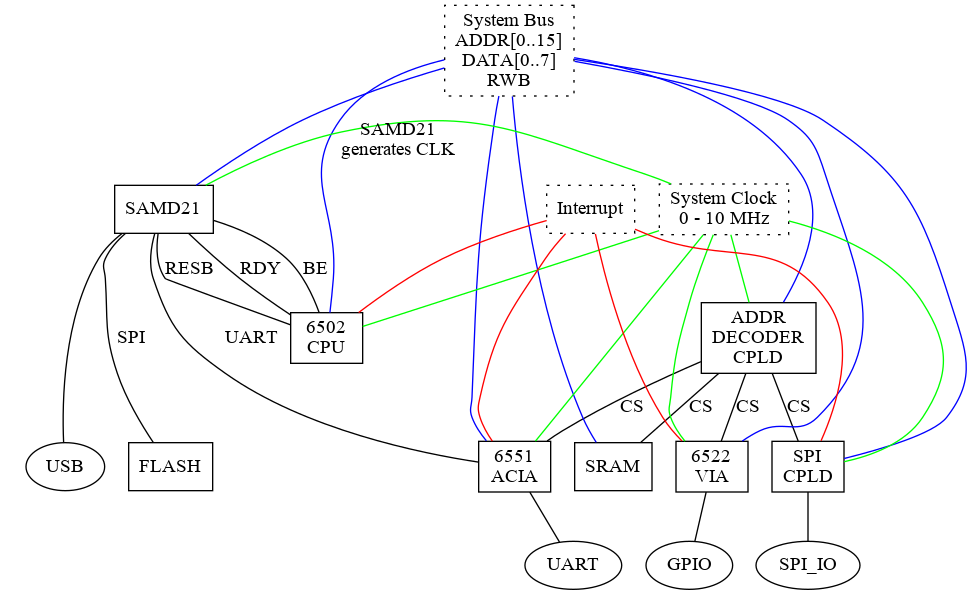
Earlier version of the Graphviz export docs/block.png (pda/pda6502v2). Its source is kept beside it as docs/block.dot. Its diagram source:
```dot
graph block {

  node [shape = box];

  6502 [label = "6502\nCPU"];
  6522 [label = "6522\nVIA"];
  6551 [label = "6551\nACIA"];
  ADEC [label = "ADDR\nDECODER\nCPLD"];
  SPI  [label = "SPI\nCPLD"];

  {
    node [style = dotted];
    BUS [label = "System Bus\nADDR[0..15]\nDATA[0..7]\nRWB"];
    CLK [label = "System Clock\n0 - 10 MHz"];
    IRQ [label = "Interrupt"];
  }

  subgraph cluster_c {
    style = invisible
    SRAM;
    6522;
    6551;
    SPI;
  }

  subgraph cluster_d {
    style = invisible
    SAMD21;
    FLASH;
    USB [shape = oval];
  }

  subgraph cluster_e {
    style = invisible;
    node [shape = oval];
    GPIO;
    UART;
    SPI_IO;
  }

  {
    6522 -- GPIO;
    6551 -- UART;
    SPI  -- SPI_IO;
    SAMD21 -- USB;
  }

  {
    edge [color = blue];
    BUS -- 6502;
    BUS -- 6522;
    BUS -- 6551;
    BUS -- ADEC;
    BUS -- SAMD21;
    BUS -- SPI;
    BUS -- SRAM;
  }

  {
    edge [color = green];
    SAMD21 -- CLK [label = "SAMD21\ngenerates CLK"];
    CLK -- 6502;
    CLK -- 6522;
    CLK -- 6551;
    CLK -- SPI;
    CLK -- ADEC;
  }

  {
    edge [color = red];
    IRQ -- 6502
    IRQ -- 6522
    IRQ -- 6551
    IRQ -- SPI
  }

  ADEC -- SRAM [label = CS];
  ADEC -- 6522 [label = CS];
  ADEC -- 6551 [label = CS];
  ADEC -- SPI  [label = CS];

  SAMD21 -- 6502 [label = BE];
  SAMD21 -- 6502 [label = RESB];
  SAMD21 -- 6502 [label = RDY];

  SAMD21 -- FLASH [label = SPI];
  SAMD21 -- 6551 [label = UART];


}
```
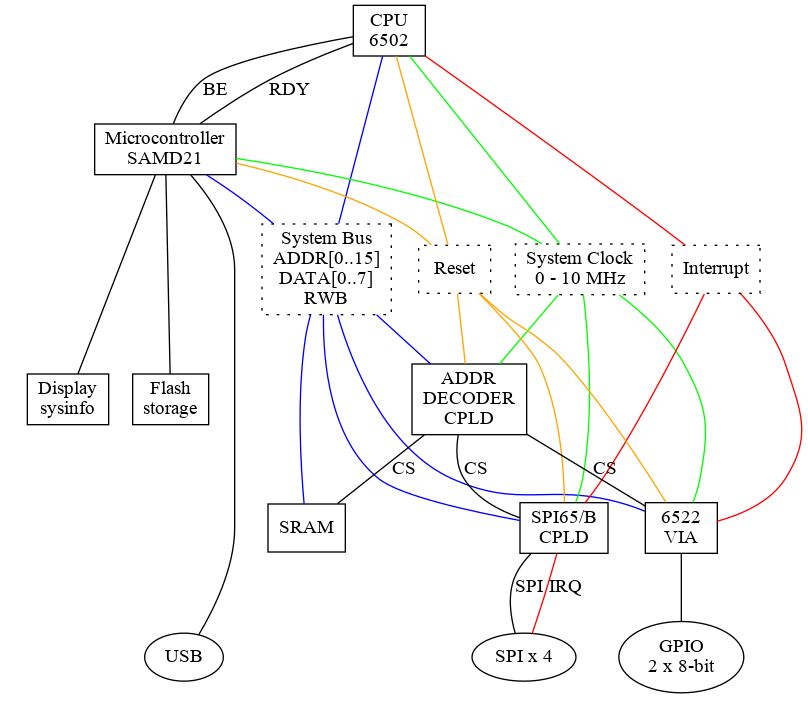
The same diagram one commit later.

Commit message:
docs: block diagram (dot->png) updates.

Change to the diagram source:
```diff
@@ -1,90 +1,91 @@
 graph block {
-
   node [shape = box];
 
-  6502 [label = "6502\nCPU"];
-  6522 [label = "6522\nVIA"];
-  6551 [label = "6551\nACIA"];
-  ADEC [label = "ADDR\nDECODER\nCPLD"];
-  SPI  [label = "SPI\nCPLD"];
+  6502 [label = "CPU\n6502"];
+
+  subgraph cluster_a {
+    style = invisible;
+    SAMD21 [label = "Microcontroller\nSAMD21"];
+    FLASH [label = "Flash\nstorage"];
+    DISPLAY [label = "Display\nsysinfo"];
+    USB [shape = oval];
+    SAMD21 -- FLASH;
+    SAMD21 -- DISPLAY;
+    FLASH -- USB [style = invisible]; // push USB down
+  }
 
   {
+    rank = same;
     node [style = dotted];
     BUS [label = "System Bus\nADDR[0..15]\nDATA[0..7]\nRWB"];
     CLK [label = "System Clock\n0 - 10 MHz"];
     IRQ [label = "Interrupt"];
+    RESET [label = "Reset"];
   }
 
-  subgraph cluster_c {
-    style = invisible
+  ADEC [label = "ADDR\nDECODER\nCPLD"];
+
+  {
+    rank = same;
     SRAM;
-    6522;
-    6551;
-    SPI;
-  }
-
-  subgraph cluster_d {
-    style = invisible
-    SAMD21;
-    FLASH;
-    USB [shape = oval];
-  }
-
-  subgraph cluster_e {
-    style = invisible;
-    node [shape = oval];
-    GPIO;
-    UART;
-    SPI_IO;
+		VIA [label = "6522\nVIA"];
+		SPI [label = "SPI65/B\nCPLD"];
   }
 
   {
-    6522 -- GPIO;
-    6551 -- UART;
-    SPI  -- SPI_IO;
+    rank = same;
+    node [shape = oval];
+    GPIO [label = "GPIO\n2 x 8-bit"];
+    SPI_PORT [label = "SPI x 4"];
+  }
+
+  ADEC -- SRAM [label = CS];
+  ADEC -- VIA [label = CS];
+  ADEC -- SPI [label = CS];
+
+  6502 -- SAMD21 [label = BE];
+  6502 -- SAMD21 [label = RDY];
+
+  {
+    VIA -- GPIO;
+    SPI -- SPI_PORT [label = "SPI";];
+    SPI_PORT -- SPI [label = "IRQ"; color = red;];
     SAMD21 -- USB;
   }
 
   {
     edge [color = blue];
-    BUS -- 6502;
-    BUS -- 6522;
-    BUS -- 6551;
+    6502 -- BUS;
+    SAMD21 -- BUS;
     BUS -- ADEC;
-    BUS -- SAMD21;
     BUS -- SPI;
     BUS -- SRAM;
+    BUS -- VIA;
   }
 
   {
     edge [color = green];
-    SAMD21 -- CLK [label = "SAMD21\ngenerates CLK"];
+    SAMD21 -- CLK;
     CLK -- 6502;
-    CLK -- 6522;
-    CLK -- 6551;
+    CLK -- VIA;
     CLK -- SPI;
     CLK -- ADEC;
   }
 
   {
-    edge [color = red];
-    IRQ -- 6502
-    IRQ -- 6522
-    IRQ -- 6551
-    IRQ -- SPI
+    edge [color = orange];
+    SAMD21 -- RESET;
+    RESET -- 6502;
+    RESET -- SPI;
+    RESET -- VIA;
+    RESET -- ADEC;
   }
 
-  ADEC -- SRAM [label = CS];
-  ADEC -- 6522 [label = CS];
-  ADEC -- 6551 [label = CS];
-  ADEC -- SPI  [label = CS];
-
-  SAMD21 -- 6502 [label = BE];
-  SAMD21 -- 6502 [label = RESB];
-  SAMD21 -- 6502 [label = RDY];
-
-  SAMD21 -- FLASH [label = SPI];
-  SAMD21 -- 6551 [label = UART];
-
+  {
+    edge [color = red];
+    6502 -- IRQ;
+    IRQ -- VIA;
+    IRQ -- SPI;
+  }
 
 }
```
